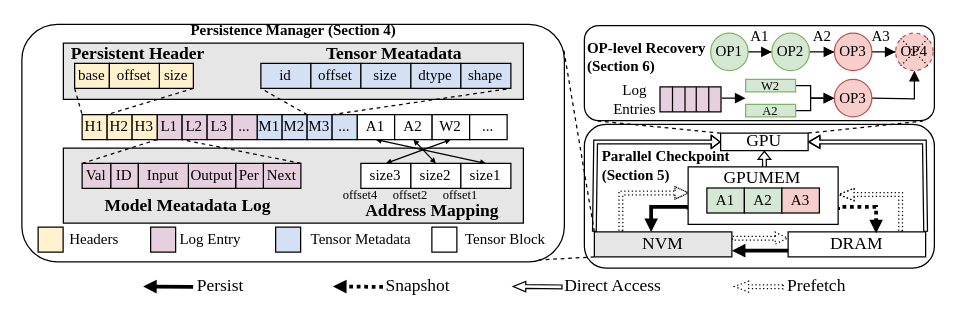
The draw.io diagram fig/system_design_new.drawio in icszhr/NCheck, before the edit. Source tidied: cells renumbered, new cells numbered last; positions are measured from the earlier drawing's top-left corner, leaving out a move shared by most shapes. Both pictures are drawn from the tidied source at 125%, with x=0, y=0 at pixel (21, 24).
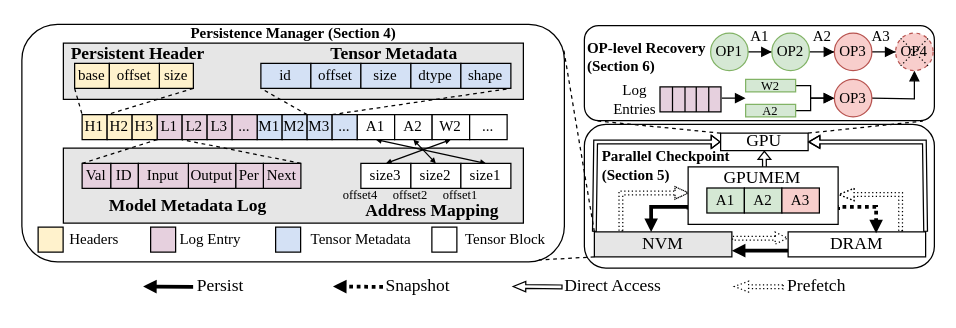
Above is the later version.

Change to the diagram source:
```diff
@@
     <mxCell id="25" value="&lt;font&gt;&lt;b&gt;Persistence Manager&amp;nbsp;&lt;/b&gt;&lt;/font&gt;&lt;b style=&quot;background-color: initial;&quot;&gt;(Section 4)&lt;/b&gt;" style="text;html=1;align=center;verticalAlign=middle;whiteSpace=wrap;rounded=0;fontFamily=Times New Roman;" parent="1" vertex="1">
-      <mxGeometry x="120.5" width="193" height="10" as="geometry" />
+      <mxGeometry x="120.5" y="2" width="193" height="10" as="geometry" />
     </mxCell>
@@
-    <mxCell id="119" value="&lt;span style=&quot;font-size: 14px;&quot;&gt;&lt;b&gt;Model Meatadata Log&lt;/b&gt;&lt;/span&gt;" style="text;html=1;align=center;verticalAlign=middle;whiteSpace=wrap;rounded=0;fontFamily=Times New Roman;" parent="1" vertex="1">
+    <mxCell id="119" value="&lt;span style=&quot;font-size: 14px;&quot;&gt;&lt;b&gt;Model Metadata Log&lt;/b&gt;&lt;/span&gt;" style="text;html=1;align=center;verticalAlign=middle;whiteSpace=wrap;rounded=0;fontFamily=Times New Roman;" parent="1" vertex="1">
       <mxGeometry x="64" y="141.2" width="137.6" height="10" as="geometry" />
     </mxCell>
-    <mxCell id="120" value="&lt;span style=&quot;font-size: 14px;&quot;&gt;&lt;b&gt;Tensor Meatadata&lt;/b&gt;&lt;/span&gt;" style="text;html=1;align=center;verticalAlign=middle;whiteSpace=wrap;rounded=0;fontFamily=Times New Roman;" parent="1" vertex="1">
+    <mxCell id="120" value="&lt;span style=&quot;font-size: 14px;&quot;&gt;&lt;b&gt;Tensor Metadata&lt;/b&gt;&lt;/span&gt;" style="text;html=1;align=center;verticalAlign=middle;whiteSpace=wrap;rounded=0;fontFamily=Times New Roman;" parent="1" vertex="1">
       <mxGeometry x="229.2" y="19" width="137.6" height="10" as="geometry" />
     </mxCell>
```
